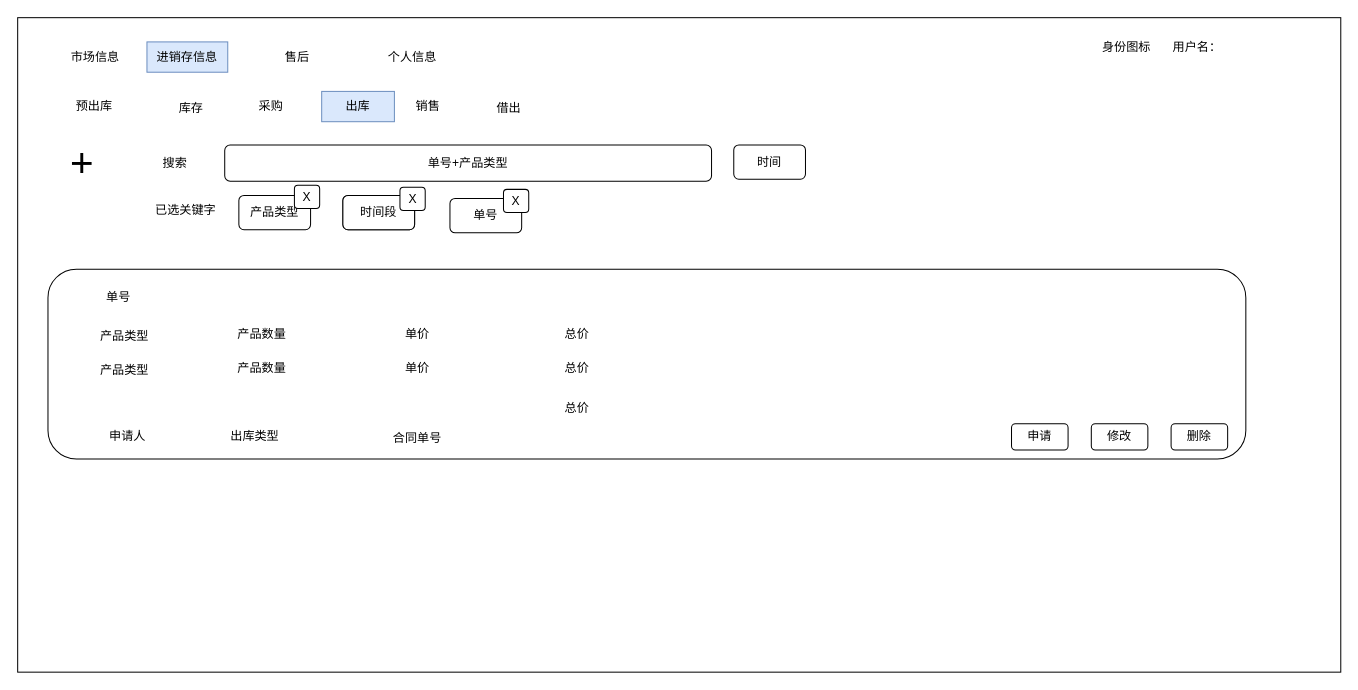
The draw.io diagram page "出库" (4 of 7) of 泰加进销存.drawio in cangwang/news, before the edit. Source tidied: cells renumbered, new cells numbered last; positions are measured from the earlier drawing's top-left corner, leaving out a move shared by most shapes. Both pictures are drawn from the tidied source at 101%, with x=0, y=0 at pixel (17, 17).
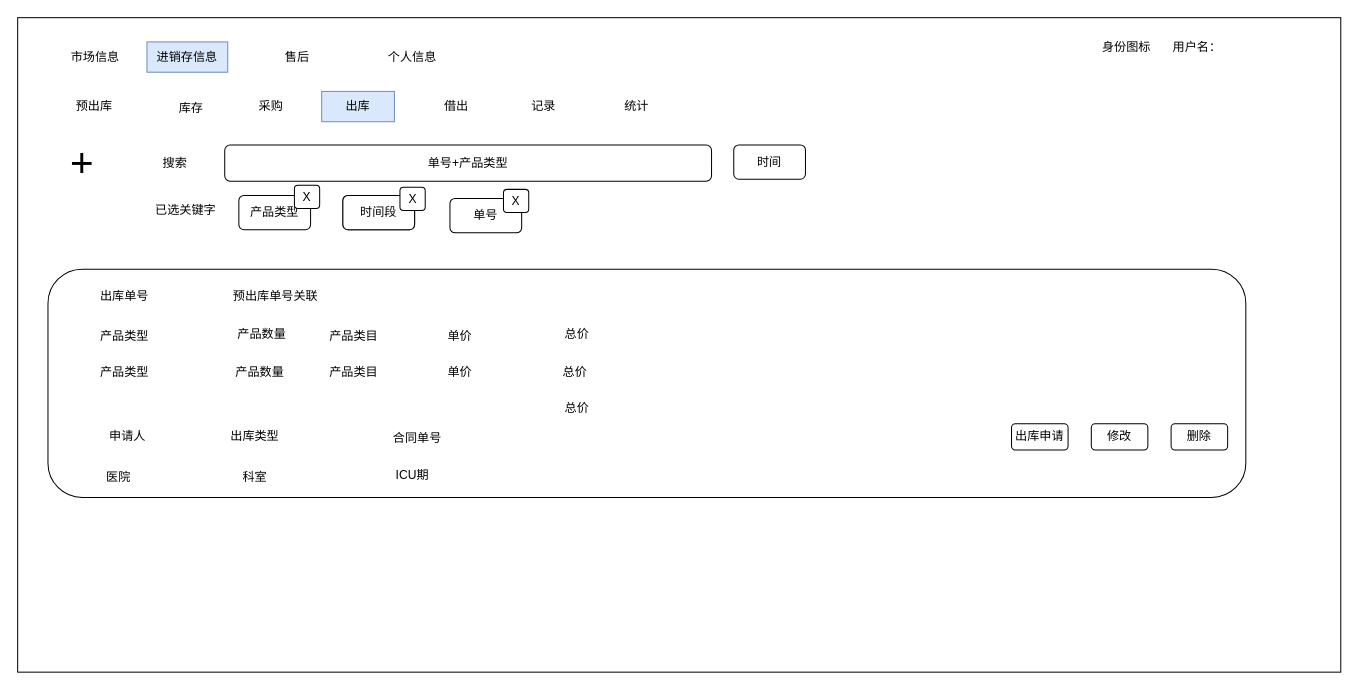
After the change.

The edit, as a diff of the source:
```diff
@@
-    <mxCell id="7" value="销售" style="text;html=1;align=center;verticalAlign=middle;whiteSpace=wrap;rounded=0;" parent="1" vertex="1">
-      <mxGeometry x="373" y="73" width="67" height="30" as="geometry" />
-    </mxCell>
@@
     <mxCell id="14" value="借出" style="text;html=1;strokeColor=none;fillColor=none;align=center;verticalAlign=middle;whiteSpace=wrap;rounded=0;" parent="1" vertex="1">
-      <mxGeometry x="453" y="75" width="67" height="30" as="geometry" />
+      <mxGeometry x="401" y="73" width="67" height="30" as="geometry" />
     </mxCell>
@@
     <mxCell id="18" style="rounded=1;whiteSpace=wrap;html=1;fontSize=12;" parent="1" vertex="1">
-      <mxGeometry x="30" y="249" width="1186" height="188" as="geometry" />
+      <mxGeometry x="30" y="249" width="1186" height="226" as="geometry" />
     </mxCell>
@@
-    <mxCell id="23" value="单号" style="text;html=1;strokeColor=none;fillColor=none;align=center;verticalAlign=middle;whiteSpace=wrap;rounded=0;" parent="1" vertex="1">
-      <mxGeometry x="70" y="261.5" width="60" height="30" as="geometry" />
+    <mxCell id="23" value="出库单号" style="text;html=1;strokeColor=none;fillColor=none;align=center;verticalAlign=middle;whiteSpace=wrap;rounded=0;" parent="1" vertex="1">
+      <mxGeometry x="76" y="261" width="60" height="30" as="geometry" />
     </mxCell>
@@
     <mxCell id="31" value="单价" style="text;html=1;strokeColor=none;fillColor=none;align=center;verticalAlign=middle;whiteSpace=wrap;rounded=0;fontSize=12;" parent="1" vertex="1">
-      <mxGeometry x="366" y="299" width="60" height="30" as="geometry" />
+      <mxGeometry x="408" y="301" width="60" height="30" as="geometry" />
     </mxCell>
@@
-    <mxCell id="35" value="申请" style="rounded=1;whiteSpace=wrap;html=1;fontSize=12;" parent="1" vertex="1">
+    <mxCell id="35" value="出库申请" style="rounded=1;whiteSpace=wrap;html=1;fontSize=12;" parent="1" vertex="1">
       <mxGeometry x="984" y="402" width="56" height="26" as="geometry" />
     </mxCell>
@@
     <mxCell id="37" value="产品类型" style="text;html=1;strokeColor=none;fillColor=none;align=center;verticalAlign=middle;whiteSpace=wrap;rounded=0;fontSize=12;" parent="1" vertex="1">
-      <mxGeometry x="76" y="334" width="60" height="30" as="geometry" />
+      <mxGeometry x="76" y="336" width="60" height="30" as="geometry" />
     </mxCell>
     <mxCell id="38" value="产品数量" style="text;html=1;strokeColor=none;fillColor=none;align=center;verticalAlign=middle;whiteSpace=wrap;rounded=0;fontSize=12;" parent="1" vertex="1">
-      <mxGeometry x="212" y="332" width="60" height="30" as="geometry" />
+      <mxGeometry x="210" y="336" width="60" height="30" as="geometry" />
     </mxCell>
     <mxCell id="39" value="单价" style="text;html=1;strokeColor=none;fillColor=none;align=center;verticalAlign=middle;whiteSpace=wrap;rounded=0;fontSize=12;" parent="1" vertex="1">
-      <mxGeometry x="366" y="332" width="60" height="30" as="geometry" />
+      <mxGeometry x="408" y="336" width="60" height="30" as="geometry" />
     </mxCell>
     <mxCell id="40" value="总价" style="text;html=1;strokeColor=none;fillColor=none;align=center;verticalAlign=middle;whiteSpace=wrap;rounded=0;fontSize=12;" parent="1" vertex="1">
-      <mxGeometry x="524" y="332" width="60" height="30" as="geometry" />
+      <mxGeometry x="522" y="336" width="60" height="30" as="geometry" />
     </mxCell>
@@
+    <mxCell id="44" value="预出库单号关联" style="text;html=1;strokeColor=none;fillColor=none;align=center;verticalAlign=middle;whiteSpace=wrap;rounded=0;" parent="1" vertex="1">
+      <mxGeometry x="205" y="261" width="101" height="30" as="geometry" />
+    </mxCell>
+    <mxCell id="45" value="产品类目" style="text;html=1;strokeColor=none;fillColor=none;align=center;verticalAlign=middle;whiteSpace=wrap;rounded=0;fontSize=12;" parent="1" vertex="1">
+      <mxGeometry x="286.5" y="301" width="92" height="30" as="geometry" />
+    </mxCell>
+    <mxCell id="46" value="产品类目" style="text;html=1;strokeColor=none;fillColor=none;align=center;verticalAlign=middle;whiteSpace=wrap;rounded=0;fontSize=12;" parent="1" vertex="1">
+      <mxGeometry x="287" y="336" width="92" height="30" as="geometry" />
+    </mxCell>
+    <mxCell id="47" value="医院" style="text;html=1;strokeColor=none;fillColor=none;align=center;verticalAlign=middle;whiteSpace=wrap;rounded=0;fontSize=12;" parent="1" vertex="1">
+      <mxGeometry x="70" y="440" width="60" height="30" as="geometry" />
+    </mxCell>
+    <mxCell id="48" value="科室" style="text;html=1;strokeColor=none;fillColor=none;align=center;verticalAlign=middle;whiteSpace=wrap;rounded=0;fontSize=12;" parent="1" vertex="1">
+      <mxGeometry x="205" y="440" width="60" height="30" as="geometry" />
+    </mxCell>
+    <mxCell id="49" value="ICU期" style="text;html=1;strokeColor=none;fillColor=none;align=center;verticalAlign=middle;whiteSpace=wrap;rounded=0;fontSize=12;" parent="1" vertex="1">
+      <mxGeometry x="361" y="438" width="60" height="30" as="geometry" />
+    </mxCell>
+    <mxCell id="50" value="记录" style="text;html=1;align=center;verticalAlign=middle;whiteSpace=wrap;rounded=0;" parent="1" vertex="1">
+      <mxGeometry x="481" y="73" width="80" height="30" as="geometry" />
+    </mxCell>
+    <mxCell id="51" value="统计" style="text;html=1;align=center;verticalAlign=middle;whiteSpace=wrap;rounded=0;" parent="1" vertex="1">
+      <mxGeometry x="573" y="73" width="80" height="30" as="geometry" />
+    </mxCell>
```
